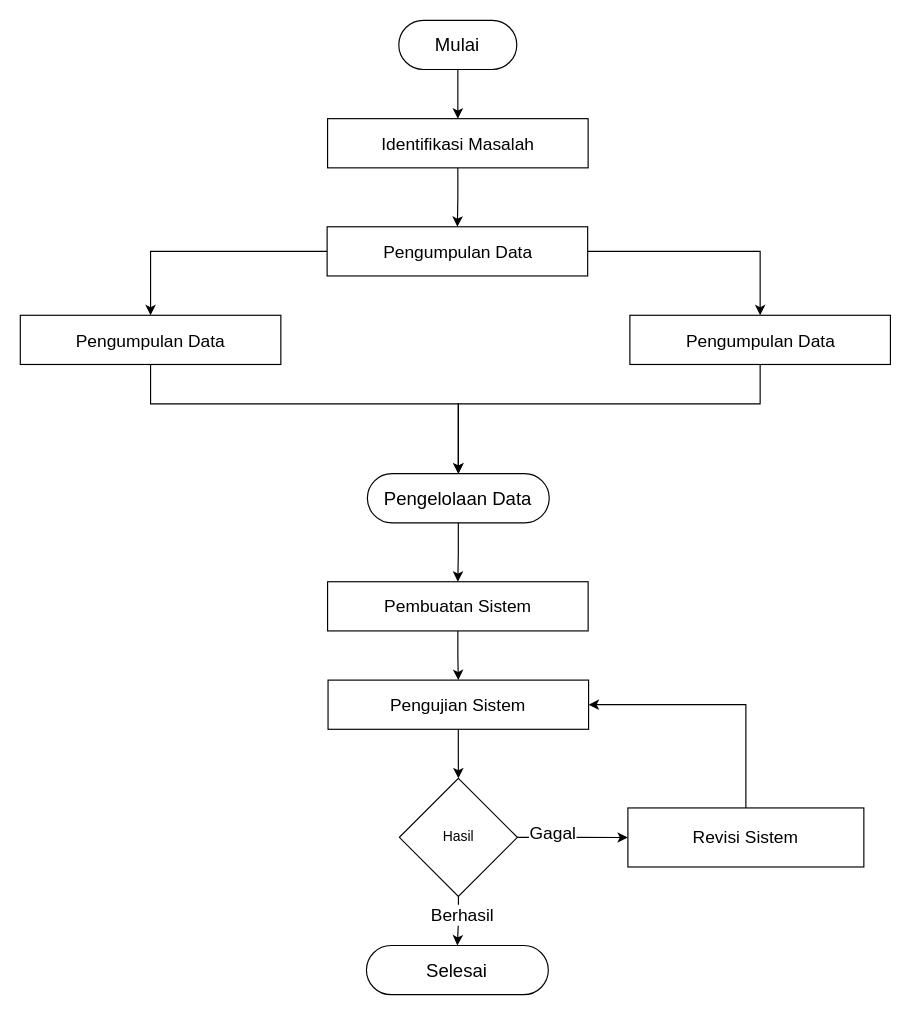
This is page "Tahapan Penelitian" (9 of 9) of Arsitektur-Model-PUI.drawio from naufalfirman23/FILE-DIAGRAM, a draw.io file, before an edit. Source tidied: cells renumbered, new cells numbered last; positions are measured from the earlier drawing's top-left corner, leaving out a move shared by most shapes. Both pictures are drawn from the tidied source at 116%, with x=0, y=0 at pixel (20, 20).
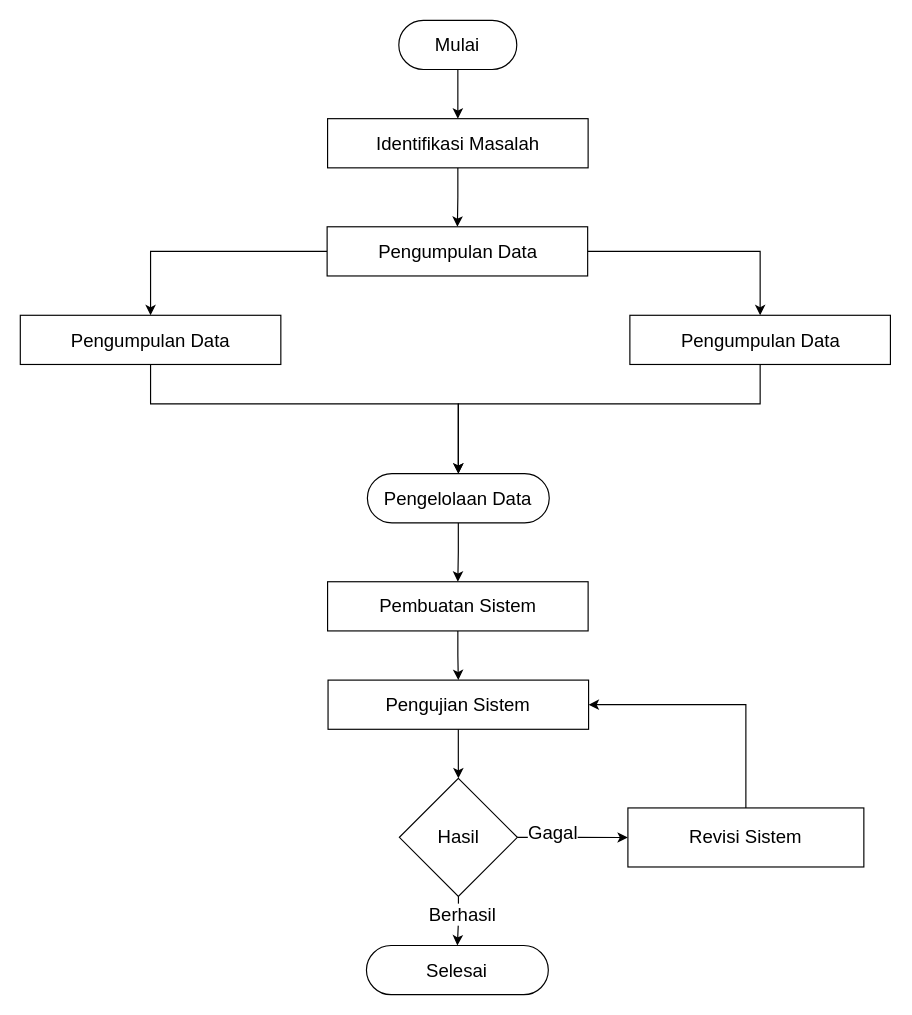
Above is the later version.

What changed in the source:
```diff
@@
-    <mxCell id="2" style="group;" parent="1" vertex="1">
+    <mxCell id="2" style="group;fontSize=16;" parent="1" vertex="1">
       <mxGeometry width="750.1" height="840" as="geometry" />
     </mxCell>
-    <mxCell id="3" style="edgeStyle=orthogonalEdgeStyle;rounded=0;jettySize=auto;html=1;" parent="2" edge="1" source="4" target="6">
+    <mxCell id="3" style="edgeStyle=orthogonalEdgeStyle;rounded=0;jettySize=auto;html=1;fontSize=16;" parent="2" edge="1" source="4" target="6">
       <mxGeometry relative="1" as="geometry" />
     </mxCell>
-    <mxCell id="4" value="&lt;font style=&quot;font-size: 16px;&quot;&gt;Mulai&lt;/font&gt;" style="rounded=1;whiteSpace=wrap;html=1;arcSize=50;" parent="2" vertex="1">
+    <mxCell id="4" value="&lt;font&gt;Mulai&lt;/font&gt;" style="rounded=1;whiteSpace=wrap;html=1;arcSize=50;fontSize=16;" parent="2" vertex="1">
       <mxGeometry x="326.3" width="101.7" height="42.4" as="geometry" />
     </mxCell>
-    <mxCell id="5" style="edgeStyle=orthogonalEdgeStyle;rounded=0;jettySize=auto;html=1;" parent="2" edge="1" source="6" target="9">
+    <mxCell id="5" style="edgeStyle=orthogonalEdgeStyle;rounded=0;jettySize=auto;html=1;fontSize=16;" parent="2" edge="1" source="6" target="9">
       <mxGeometry relative="1" as="geometry" />
     </mxCell>
-    <mxCell id="6" value="&lt;font style=&quot;font-size: 15px;&quot;&gt;Identifikasi Masalah&lt;/font&gt;" style="rounded=0;whiteSpace=wrap;html=1;" parent="2" vertex="1">
+    <mxCell id="6" value="&lt;font&gt;Identifikasi Masalah&lt;/font&gt;" style="rounded=0;whiteSpace=wrap;html=1;fontSize=16;" parent="2" vertex="1">
       <mxGeometry x="264.9" y="84.8" width="224.6" height="42.4" as="geometry" />
     </mxCell>
-    <mxCell id="7" style="edgeStyle=orthogonalEdgeStyle;rounded=0;jettySize=auto;html=1;entryX=0.5;entryY=0;entryDx=0;entryDy=0;" parent="2" edge="1" source="9" target="11">
+    <mxCell id="7" style="edgeStyle=orthogonalEdgeStyle;rounded=0;jettySize=auto;html=1;entryX=0.5;entryY=0;entryDx=0;entryDy=0;fontSize=16;" parent="2" edge="1" source="9" target="11">
       <mxGeometry relative="1" as="geometry" />
     </mxCell>
-    <mxCell id="8" style="edgeStyle=orthogonalEdgeStyle;rounded=0;jettySize=auto;html=1;entryX=0.5;entryY=0;entryDx=0;entryDy=0;" parent="2" edge="1" source="9" target="13">
+    <mxCell id="8" style="edgeStyle=orthogonalEdgeStyle;rounded=0;jettySize=auto;html=1;entryX=0.5;entryY=0;entryDx=0;entryDy=0;fontSize=16;" parent="2" edge="1" source="9" target="13">
       <mxGeometry relative="1" as="geometry" />
     </mxCell>
-    <mxCell id="9" value="&lt;font style=&quot;font-size: 15px;&quot;&gt;Pengumpulan Data&lt;/font&gt;" style="rounded=0;whiteSpace=wrap;html=1;" parent="2" vertex="1">
+    <mxCell id="9" value="&lt;font&gt;Pengumpulan Data&lt;/font&gt;" style="rounded=0;whiteSpace=wrap;html=1;fontSize=16;" parent="2" vertex="1">
       <mxGeometry x="264.5" y="178" width="224.6" height="42.4" as="geometry" />
     </mxCell>
-    <mxCell id="10" style="edgeStyle=orthogonalEdgeStyle;rounded=0;jettySize=auto;html=1;entryX=0.5;entryY=0;entryDx=0;entryDy=0;" parent="2" edge="1" source="11" target="15">
+    <mxCell id="10" style="edgeStyle=orthogonalEdgeStyle;rounded=0;jettySize=auto;html=1;entryX=0.5;entryY=0;entryDx=0;entryDy=0;fontSize=16;" parent="2" edge="1" source="11" target="15">
       <mxGeometry relative="1" as="geometry">
         <Array as="points">
           <mxPoint x="112.7" y="330.6" />
           <mxPoint x="378" y="330.6" />
         </Array>
       </mxGeometry>
     </mxCell>
-    <mxCell id="11" value="&lt;font style=&quot;font-size: 15px;&quot;&gt;Pengumpulan Data&lt;/font&gt;" style="rounded=0;whiteSpace=wrap;html=1;" parent="2" vertex="1">
+    <mxCell id="11" value="&lt;font&gt;Pengumpulan Data&lt;/font&gt;" style="rounded=0;whiteSpace=wrap;html=1;fontSize=16;" parent="2" vertex="1">
       <mxGeometry y="254.3" width="224.6" height="42.4" as="geometry" />
     </mxCell>
-    <mxCell id="12" style="edgeStyle=orthogonalEdgeStyle;rounded=0;jettySize=auto;html=1;entryX=0.5;entryY=0;entryDx=0;entryDy=0;" parent="2" edge="1" source="13" target="15">
+    <mxCell id="12" style="edgeStyle=orthogonalEdgeStyle;rounded=0;jettySize=auto;html=1;entryX=0.5;entryY=0;entryDx=0;entryDy=0;fontSize=16;" parent="2" edge="1" source="13" target="15">
       <mxGeometry relative="1" as="geometry">
         <Array as="points">
           <mxPoint x="638.3" y="330.6" />
           <mxPoint x="378" y="330.6" />
         </Array>
       </mxGeometry>
     </mxCell>
-    <mxCell id="13" value="&lt;font style=&quot;font-size: 15px;&quot;&gt;Pengumpulan Data&lt;/font&gt;" style="rounded=0;whiteSpace=wrap;html=1;" parent="2" vertex="1">
+    <mxCell id="13" value="&lt;font&gt;Pengumpulan Data&lt;/font&gt;" style="rounded=0;whiteSpace=wrap;html=1;fontSize=16;" parent="2" vertex="1">
       <mxGeometry x="525.5" y="254.3" width="224.6" height="42.4" as="geometry" />
     </mxCell>
-    <mxCell id="14" style="edgeStyle=orthogonalEdgeStyle;rounded=0;jettySize=auto;html=1;" parent="2" edge="1" source="15" target="17">
+    <mxCell id="14" style="edgeStyle=orthogonalEdgeStyle;rounded=0;jettySize=auto;html=1;fontSize=16;" parent="2" edge="1" source="15" target="17">
       <mxGeometry relative="1" as="geometry" />
     </mxCell>
-    <mxCell id="15" value="&lt;font style=&quot;font-size: 16px;&quot;&gt;Pengelolaan Data&lt;/font&gt;" style="rounded=1;whiteSpace=wrap;html=1;arcSize=50;" parent="2" vertex="1">
+    <mxCell id="15" value="&lt;font&gt;Pengelolaan Data&lt;/font&gt;" style="rounded=1;whiteSpace=wrap;html=1;arcSize=50;fontSize=16;" parent="2" vertex="1">
       <mxGeometry x="299.2" y="390.8" width="156.8" height="42.4" as="geometry" />
     </mxCell>
-    <mxCell id="16" style="edgeStyle=orthogonalEdgeStyle;rounded=0;jettySize=auto;html=1;" parent="2" edge="1" source="17" target="19">
+    <mxCell id="16" style="edgeStyle=orthogonalEdgeStyle;rounded=0;jettySize=auto;html=1;fontSize=16;" parent="2" edge="1" source="17" target="19">
       <mxGeometry relative="1" as="geometry" />
     </mxCell>
-    <mxCell id="17" value="&lt;font style=&quot;font-size: 15px;&quot;&gt;Pembuatan Sistem&lt;/font&gt;" style="rounded=0;whiteSpace=wrap;html=1;" parent="2" vertex="1">
+    <mxCell id="17" value="&lt;font&gt;Pembuatan Sistem&lt;/font&gt;" style="rounded=0;whiteSpace=wrap;html=1;fontSize=16;" parent="2" vertex="1">
       <mxGeometry x="264.9" y="484" width="224.6" height="42.4" as="geometry" />
     </mxCell>
-    <mxCell id="18" style="edgeStyle=orthogonalEdgeStyle;rounded=0;jettySize=auto;html=1;entryX=0.5;entryY=0;entryDx=0;entryDy=0;" parent="2" edge="1" source="19" target="25">
+    <mxCell id="18" style="edgeStyle=orthogonalEdgeStyle;rounded=0;jettySize=auto;html=1;entryX=0.5;entryY=0;entryDx=0;entryDy=0;fontSize=16;" parent="2" edge="1" source="19" target="25">
       <mxGeometry relative="1" as="geometry" />
     </mxCell>
-    <mxCell id="19" value="&lt;font style=&quot;font-size: 15px;&quot;&gt;Pengujian Sistem&lt;/font&gt;" style="rounded=0;whiteSpace=wrap;html=1;" parent="2" vertex="1">
+    <mxCell id="19" value="&lt;font&gt;Pengujian Sistem&lt;/font&gt;" style="rounded=0;whiteSpace=wrap;html=1;fontSize=16;" parent="2" vertex="1">
       <mxGeometry x="265.3" y="568.8" width="224.6" height="42.4" as="geometry" />
     </mxCell>
-    <mxCell id="20" value="&lt;font style=&quot;font-size: 16px;&quot;&gt;Selesai&lt;/font&gt;" style="rounded=1;whiteSpace=wrap;html=1;arcSize=50;" parent="2" vertex="1">
+    <mxCell id="20" value="&lt;font&gt;Selesai&lt;/font&gt;" style="rounded=1;whiteSpace=wrap;html=1;arcSize=50;fontSize=16;" parent="2" vertex="1">
       <mxGeometry x="298.4" y="797.6" width="156.8" height="42.4" as="geometry" />
     </mxCell>
-    <mxCell id="21" style="edgeStyle=orthogonalEdgeStyle;rounded=0;jettySize=auto;html=1;" parent="2" edge="1" source="25" target="27">
+    <mxCell id="21" style="edgeStyle=orthogonalEdgeStyle;rounded=0;jettySize=auto;html=1;fontSize=16;" parent="2" edge="1" source="25" target="27">
       <mxGeometry relative="1" as="geometry" />
     </mxCell>
-    <mxCell id="22" value="&lt;font style=&quot;font-size: 15px;&quot;&gt;Gagal&lt;/font&gt;" style="edgeLabel;html=1;align=center;verticalAlign=middle;" parent="21" vertex="1">
+    <mxCell id="22" value="&lt;font&gt;Gagal&lt;/font&gt;" style="edgeLabel;html=1;align=center;verticalAlign=middle;fontSize=16;" parent="21" vertex="1">
       <mxGeometry x="-0.39" y="5" relative="1" as="geometry">
         <mxPoint x="1" as="offset" />
       </mxGeometry>
     </mxCell>
-    <mxCell id="23" style="edgeStyle=orthogonalEdgeStyle;rounded=0;jettySize=auto;html=1;entryX=0.5;entryY=0;entryDx=0;entryDy=0;" parent="2" edge="1" source="25" target="20">
+    <mxCell id="23" style="edgeStyle=orthogonalEdgeStyle;rounded=0;jettySize=auto;html=1;entryX=0.5;entryY=0;entryDx=0;entryDy=0;fontSize=16;" parent="2" edge="1" source="25" target="20">
       <mxGeometry relative="1" as="geometry" />
     </mxCell>
-    <mxCell id="24" value="&lt;font style=&quot;font-size: 15px;&quot;&gt;Berhasil&lt;/font&gt;" style="edgeLabel;html=1;align=center;verticalAlign=middle;" parent="23" vertex="1">
+    <mxCell id="24" value="&lt;font&gt;Berhasil&lt;/font&gt;" style="edgeLabel;html=1;align=center;verticalAlign=middle;fontSize=16;" parent="23" vertex="1">
       <mxGeometry x="-0.29" y="3" relative="1" as="geometry" />
     </mxCell>
-    <mxCell id="25" value="Hasil" style="rhombus;whiteSpace=wrap;html=1;" parent="2" vertex="1">
+    <mxCell id="25" value="Hasil" style="rhombus;whiteSpace=wrap;html=1;fontSize=16;" parent="2" vertex="1">
       <mxGeometry x="326.8" y="653.5" width="101.7" height="101.7" as="geometry" />
     </mxCell>
-    <mxCell id="26" style="edgeStyle=orthogonalEdgeStyle;rounded=0;jettySize=auto;html=1;entryX=1;entryY=0.5;entryDx=0;entryDy=0;" parent="2" edge="1" source="27" target="19">
+    <mxCell id="26" style="edgeStyle=orthogonalEdgeStyle;rounded=0;jettySize=auto;html=1;entryX=1;entryY=0.5;entryDx=0;entryDy=0;fontSize=16;" parent="2" edge="1" source="27" target="19">
       <mxGeometry relative="1" as="geometry">
         <Array as="points">
           <mxPoint x="625.5" y="589.9" />
         </Array>
       </mxGeometry>
     </mxCell>
-    <mxCell id="27" value="&lt;font style=&quot;font-size: 15px;&quot;&gt;Revisi Sistem&lt;/font&gt;" style="whiteSpace=wrap;html=1;" parent="2" vertex="1">
+    <mxCell id="27" value="&lt;font&gt;Revisi Sistem&lt;/font&gt;" style="whiteSpace=wrap;html=1;fontSize=16;" parent="2" vertex="1">
       <mxGeometry x="523.8" y="679" width="203.4" height="50.9" as="geometry" />
     </mxCell>
```
